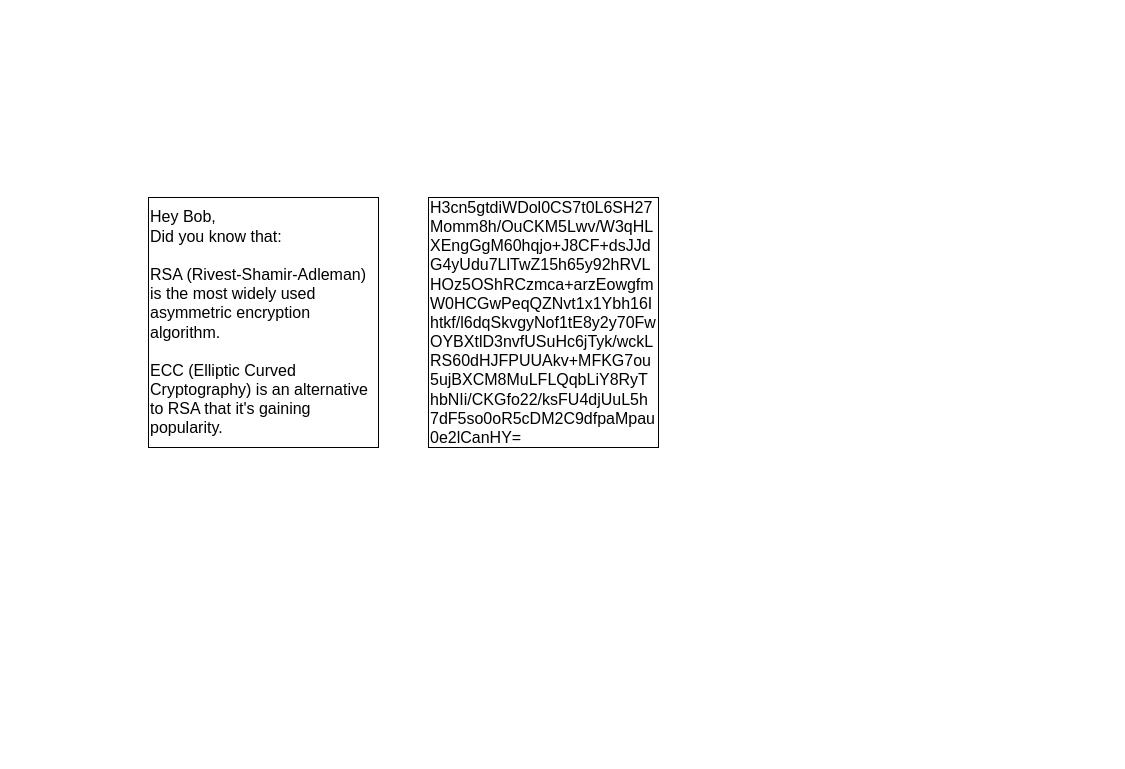
Earlier version of the draw.io diagram Asymetric Encryption.drawio (ProTapia/IST-215-Notes). Source tidied: cells renumbered, new cells numbered last; positions are measured from the earlier drawing's top-left corner, leaving out a move shared by most shapes. Both pictures are drawn from the tidied source at 100%, with x=0, y=0 at pixel (148, 197).
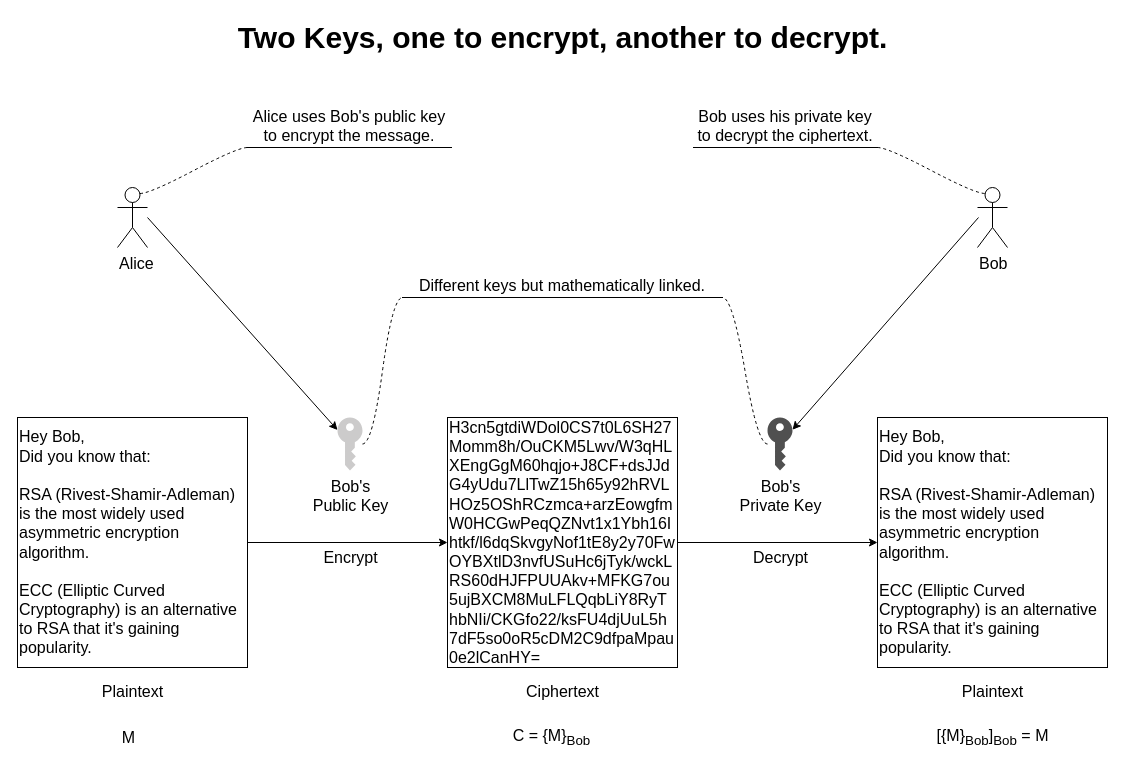
After the change.

Diff of the diagram source:
```diff
@@
     <mxCell id="2" value="&lt;div style=&quot;font-size: 16px&quot;&gt;Hey Bob,&lt;/div&gt;&lt;div style=&quot;font-size: 16px&quot;&gt;Did you know that:&lt;/div&gt;&lt;div style=&quot;font-size: 16px&quot;&gt;&lt;br style=&quot;font-size: 16px&quot;&gt;&lt;/div&gt;&lt;div style=&quot;font-size: 16px&quot;&gt;RSA (Rivest-Shamir-Adleman) is the most widely used asymmetric encryption algorithm.&lt;/div&gt;&lt;div style=&quot;font-size: 16px&quot;&gt;&lt;br style=&quot;font-size: 16px&quot;&gt;&lt;/div&gt;&lt;div style=&quot;font-size: 16px&quot;&gt;ECC (Elliptic Curved Cryptography) is an alternative to RSA that it's gaining popularity.&lt;/div&gt;" style="rounded=0;whiteSpace=wrap;html=1;align=left;fontSize=16;" parent="1" vertex="1">
-      <mxGeometry width="230" height="250" as="geometry" />
+      <mxGeometry x="-131" y="220" width="230" height="250" as="geometry" />
     </mxCell>
     <mxCell id="3" value="&lt;div&gt;H3cn5gtdiWDol0CS7t0L6SH27&lt;/div&gt;&lt;div&gt;Momm8h/OuCKM5Lwv/W3qHL&lt;/div&gt;&lt;div&gt;XEngGgM60hqjo+J8CF+dsJJd&lt;/div&gt;&lt;div&gt;G4yUdu7LlTwZ15h65y92hRVL&lt;/div&gt;&lt;div&gt;HOz5OShRCzmca+arzEowgfm&lt;/div&gt;&lt;div&gt;W0HCGwPeqQZNvt1x1Ybh16I&lt;/div&gt;&lt;div&gt;htkf/l6dqSkvgyNof1tE8y2y70Fw&lt;/div&gt;&lt;div&gt;OYBXtlD3nvfUSuHc6jTyk/wckL&lt;/div&gt;&lt;div&gt;&lt;span&gt;RS60dHJFPUUAkv+MFKG7ou&lt;/span&gt;&lt;/div&gt;&lt;div&gt;&lt;span&gt;5ujBXCM8MuLFLQqbLiY8RyT&lt;/span&gt;&lt;/div&gt;&lt;div&gt;&lt;span&gt;hbNIi/CKGfo22/ksFU4djUuL5h&lt;/span&gt;&lt;/div&gt;&lt;div&gt;&lt;span&gt;7dF5so0oR5cDM2C9dfpaMpau&lt;/span&gt;&lt;/div&gt;&lt;div&gt;&lt;span&gt;0e2lCanHY=&lt;/span&gt;&lt;br&gt;&lt;/div&gt;" style="rounded=0;whiteSpace=wrap;html=1;align=left;fontSize=16;" parent="1" vertex="1">
-      <mxGeometry x="280" width="230" height="250" as="geometry" />
+      <mxGeometry x="299" y="220" width="230" height="250" as="geometry" />
     </mxCell>
+    <mxCell id="4" value="Two Keys, one to encrypt, another to decrypt." style="text;html=1;align=center;verticalAlign=middle;fontSize=30;fontStyle=1;" parent="1" vertex="1">
+      <mxGeometry x="79" y="-180" width="670" height="40" as="geometry" />
+    </mxCell>
+    <mxCell id="5" value="Bob's&lt;br style=&quot;font-size: 16px;&quot;&gt;Private Key" style="shadow=0;dashed=0;html=1;strokeColor=none;fillColor=#505050;labelPosition=center;verticalLabelPosition=bottom;verticalAlign=top;outlineConnect=0;align=center;shape=mxgraph.office.security.key_permissions;fontSize=16;" parent="1" vertex="1">
+      <mxGeometry x="619" y="220" width="25" height="53" as="geometry" />
+    </mxCell>
+    <mxCell id="6" value="Bob's&lt;br&gt;Public Key" style="shadow=0;dashed=0;html=1;strokeColor=none;labelPosition=center;verticalLabelPosition=bottom;verticalAlign=top;outlineConnect=0;align=center;shape=mxgraph.office.security.key_permissions;fillColor=#CCCBCB;fontSize=16;" parent="1" vertex="1">
+      <mxGeometry x="189" y="220" width="25" height="53" as="geometry" />
+    </mxCell>
+    <mxCell id="7" style="endArrow=classic;html=1;fontSize=16;exitX=1;exitY=0.5;exitDx=0;exitDy=0;entryX=0;entryY=0.5;entryDx=0;entryDy=0;" parent="1" edge="1" source="2" target="3">
+      <mxGeometry relative="1" as="geometry" />
+    </mxCell>
+    <mxCell id="8" style="endArrow=classic;html=1;fontSize=16;exitX=1;exitY=0.5;exitDx=0;exitDy=0;entryX=0;entryY=0.5;entryDx=0;entryDy=0;" parent="1" edge="1">
+      <mxGeometry relative="1" as="geometry">
+        <mxPoint x="529" y="345" as="sourcePoint" />
+        <mxPoint x="729" y="345" as="targetPoint" />
+      </mxGeometry>
+    </mxCell>
+    <mxCell id="9" value="&lt;div style=&quot;font-size: 16px&quot;&gt;Hey Bob,&lt;/div&gt;&lt;div style=&quot;font-size: 16px&quot;&gt;Did you know that:&lt;/div&gt;&lt;div style=&quot;font-size: 16px&quot;&gt;&lt;br style=&quot;font-size: 16px&quot;&gt;&lt;/div&gt;&lt;div style=&quot;font-size: 16px&quot;&gt;RSA (Rivest-Shamir-Adleman) is the most widely used asymmetric encryption algorithm.&lt;/div&gt;&lt;div style=&quot;font-size: 16px&quot;&gt;&lt;br style=&quot;font-size: 16px&quot;&gt;&lt;/div&gt;&lt;div style=&quot;font-size: 16px&quot;&gt;ECC (Elliptic Curved Cryptography) is an alternative to RSA that it's gaining popularity.&lt;/div&gt;" style="rounded=0;whiteSpace=wrap;html=1;align=left;fontSize=16;" parent="1" vertex="1">
+      <mxGeometry x="729" y="220" width="230" height="250" as="geometry" />
+    </mxCell>
+    <mxCell id="10" value="Encrypt" style="text;html=1;align=center;verticalAlign=middle;fontSize=16;" parent="1" vertex="1">
+      <mxGeometry x="166.5" y="350" width="70" height="20" as="geometry" />
+    </mxCell>
+    <mxCell id="11" value="Decrypt" style="text;html=1;align=center;verticalAlign=middle;fontSize=16;" parent="1" vertex="1">
+      <mxGeometry x="596.5" y="350" width="70" height="20" as="geometry" />
+    </mxCell>
+    <mxCell id="12" value="M" style="text;html=1;align=center;verticalAlign=middle;fontSize=16;" parent="1" vertex="1">
+      <mxGeometry x="-35" y="530" width="30" height="20" as="geometry" />
+    </mxCell>
+    <mxCell id="13" value="C = {M}&lt;sub&gt;Bob&lt;/sub&gt;" style="text;html=1;align=center;verticalAlign=middle;fontSize=16;" parent="1" vertex="1">
+      <mxGeometry x="358" y="525" width="90" height="30" as="geometry" />
+    </mxCell>
+    <mxCell id="14" value="Plaintext" style="text;html=1;align=center;verticalAlign=middle;fontSize=16;" parent="1" vertex="1">
+      <mxGeometry x="-56" y="484" width="80" height="20" as="geometry" />
+    </mxCell>
+    <mxCell id="15" value="Ciphertext" style="text;html=1;align=center;verticalAlign=middle;fontSize=16;" parent="1" vertex="1">
+      <mxGeometry x="369" y="484" width="90" height="20" as="geometry" />
+    </mxCell>
+    <mxCell id="16" value="Plaintext" style="text;html=1;align=center;verticalAlign=middle;fontSize=16;" parent="1" vertex="1">
+      <mxGeometry x="804" y="484" width="80" height="20" as="geometry" />
+    </mxCell>
+    <mxCell id="17" value="[{M}&lt;sub&gt;Bob&lt;/sub&gt;]&lt;sub&gt;Bob&lt;/sub&gt; = M" style="text;html=1;align=center;verticalAlign=middle;fontSize=16;" parent="1" vertex="1">
+      <mxGeometry x="779" y="525" width="130" height="30" as="geometry" />
+    </mxCell>
+    <mxCell id="18" value="Alice" style="shape=umlActor;verticalLabelPosition=bottom;labelBackgroundColor=#ffffff;verticalAlign=top;html=1;outlineConnect=0;fontSize=16;align=left;" parent="1" vertex="1">
+      <mxGeometry x="-31" y="-10" width="30" height="60" as="geometry" />
+    </mxCell>
+    <mxCell id="19" value="Bob" style="shape=umlActor;verticalLabelPosition=bottom;labelBackgroundColor=#ffffff;verticalAlign=top;html=1;outlineConnect=0;fontSize=16;align=left;" parent="1" vertex="1">
+      <mxGeometry x="829" y="-10" width="30" height="60" as="geometry" />
+    </mxCell>
+    <mxCell id="20" style="endArrow=classic;html=1;fontSize=16;" parent="1" edge="1" target="6">
+      <mxGeometry relative="1" as="geometry">
+        <mxPoint x="-1" y="20" as="sourcePoint" />
+      </mxGeometry>
+    </mxCell>
+    <mxCell id="21" style="endArrow=classic;html=1;fontSize=16;" parent="1" edge="1" target="5">
+      <mxGeometry relative="1" as="geometry">
+        <mxPoint x="830" y="20" as="sourcePoint" />
+      </mxGeometry>
+    </mxCell>
+    <mxCell id="22" value="Alice uses Bob's public key to encrypt the message." style="whiteSpace=wrap;html=1;shape=partialRectangle;top=0;left=0;bottom=1;right=0;points=[[0,1],[1,1]];strokeColor=#000000;fillColor=none;align=center;verticalAlign=bottom;routingCenterY=0.5;snapToPoint=1;fontSize=16;" parent="1" vertex="1">
+      <mxGeometry x="99" y="-70" width="204" height="20" as="geometry" />
+    </mxCell>
+    <mxCell id="23" style="edgeStyle=entityRelationEdgeStyle;startArrow=none;endArrow=none;segment=10;curved=1;fontSize=16;exitX=0.75;exitY=0.1;exitDx=0;exitDy=0;exitPerimeter=0;dashed=1;" parent="1" edge="1" source="18" target="22">
+      <mxGeometry relative="1" as="geometry" />
+    </mxCell>
+    <mxCell id="24" value="Different keys but mathematically linked." style="whiteSpace=wrap;html=1;shape=partialRectangle;top=0;left=0;bottom=1;right=0;points=[[0,1],[1,1]];strokeColor=#000000;fillColor=none;align=center;verticalAlign=bottom;routingCenterY=0.5;snapToPoint=1;fontSize=16;" parent="1" vertex="1">
+      <mxGeometry x="254" y="80" width="320" height="20" as="geometry" />
+    </mxCell>
+    <mxCell id="25" style="edgeStyle=entityRelationEdgeStyle;startArrow=none;endArrow=none;segment=10;curved=1;fontSize=16;dashed=1;" parent="1" edge="1" source="5" target="24">
+      <mxGeometry relative="1" as="geometry" />
+    </mxCell>
+    <mxCell id="26" style="edgeStyle=entityRelationEdgeStyle;startArrow=none;endArrow=none;segment=10;curved=1;fontSize=16;entryX=0;entryY=1;entryDx=0;entryDy=0;dashed=1;" parent="1" edge="1" source="6" target="24">
+      <mxGeometry relative="1" as="geometry" />
+    </mxCell>
+    <mxCell id="27" value="Bob uses his private key to decrypt the ciphertext." style="whiteSpace=wrap;html=1;shape=partialRectangle;top=0;left=0;bottom=1;right=0;points=[[0,1],[1,1]];strokeColor=#000000;fillColor=none;align=center;verticalAlign=bottom;routingCenterY=0.5;snapToPoint=1;fontSize=16;" parent="1" vertex="1">
+      <mxGeometry x="545" y="-70" width="184" height="20" as="geometry" />
+    </mxCell>
+    <mxCell id="28" style="edgeStyle=entityRelationEdgeStyle;startArrow=none;endArrow=none;segment=10;curved=1;fontSize=16;entryX=0.25;entryY=0.1;entryDx=0;entryDy=0;entryPerimeter=0;exitX=1;exitY=1;exitDx=0;exitDy=0;dashed=1;" parent="1" edge="1" source="27" target="19">
+      <mxGeometry relative="1" as="geometry" />
+    </mxCell>
```
